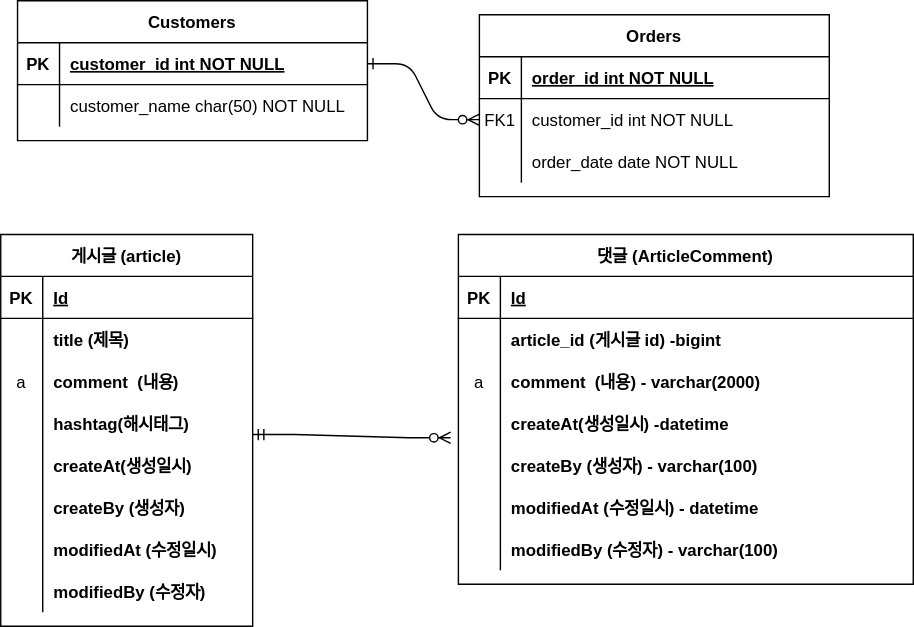
Earlier version of the draw.io export project-board-erd.svg (valleymoomin/fastcampus-project-board). Source tidied: cells renumbered, new cells last; positions are measured from the earlier drawing's top-left corner, leaving out a move shared by most shapes.
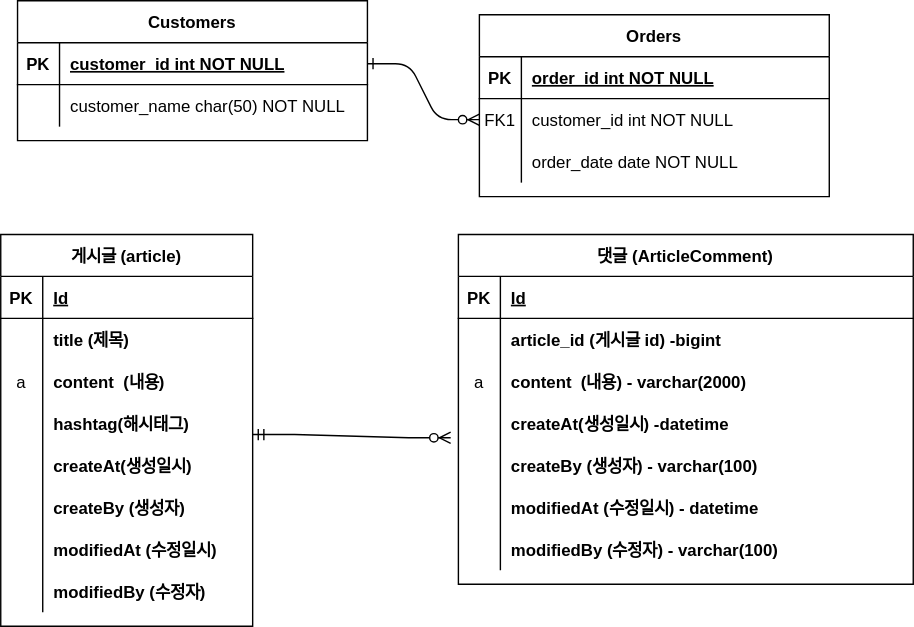
Later version of the same file.

Change to the diagram source:
```diff
@@ -83,7 +83,7 @@
     <mxCell id="28" value="a" style="shape=partialRectangle;fillColor=none;top=0;left=0;bottom=0;right=0;overflow=hidden;" parent="27" vertex="1">
       <mxGeometry width="30" height="30" as="geometry" />
     </mxCell>
-    <mxCell id="29" value="comment  (내용)" style="shape=partialRectangle;fillColor=none;top=0;left=0;bottom=0;right=0;align=left;spacingLeft=6;overflow=hidden;fontStyle=1;" parent="27" vertex="1">
+    <mxCell id="29" value="content  (내용)" style="shape=partialRectangle;fillColor=none;top=0;left=0;bottom=0;right=0;align=left;spacingLeft=6;overflow=hidden;fontStyle=1;" parent="27" vertex="1">
       <mxGeometry x="30" width="150" height="30" as="geometry" />
     </mxCell>
     <mxCell id="30" style="shape=tableRow;horizontal=0;startSize=0;swimlaneHead=0;swimlaneBody=0;fillColor=none;top=0;left=0;right=0;bottom=0;" parent="20" vertex="1">
@@ -158,7 +158,7 @@
     <mxCell id="53" value="a" style="shape=partialRectangle;fillColor=none;top=0;left=0;bottom=0;right=0;overflow=hidden;" parent="52" vertex="1">
       <mxGeometry width="30" height="30" as="geometry" />
     </mxCell>
-    <mxCell id="54" value="comment  (내용) - varchar(2000)" style="shape=partialRectangle;fillColor=none;top=0;left=0;bottom=0;right=0;align=left;spacingLeft=6;overflow=hidden;fontStyle=1;" parent="52" vertex="1">
+    <mxCell id="54" value="content  (내용) - varchar(2000)" style="shape=partialRectangle;fillColor=none;top=0;left=0;bottom=0;right=0;align=left;spacingLeft=6;overflow=hidden;fontStyle=1;" parent="52" vertex="1">
       <mxGeometry x="30" width="295" height="30" as="geometry" />
     </mxCell>
     <mxCell id="55" style="shape=tableRow;horizontal=0;startSize=0;swimlaneHead=0;swimlaneBody=0;fillColor=none;points=[[0,0.5],[1,0.5]];portConstraint=eastwest;top=0;left=0;right=0;bottom=0;" parent="45" vertex="1">
```
